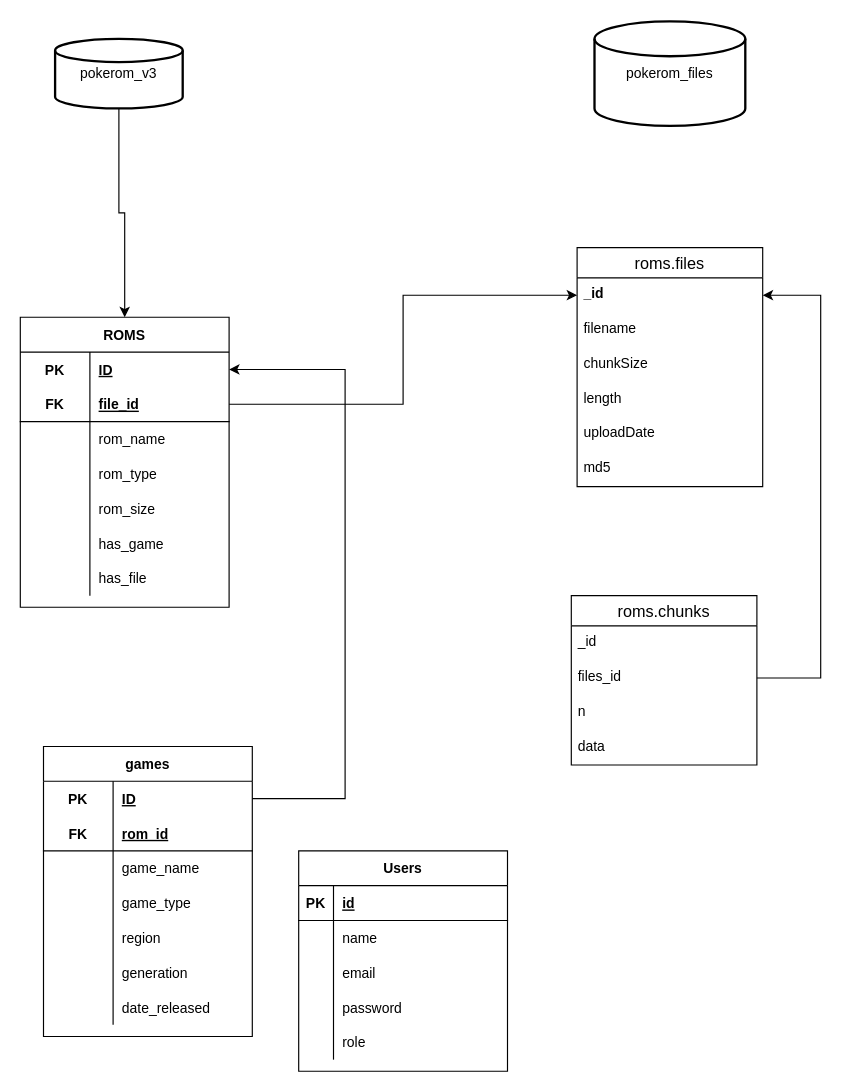
This is page "er schema" (2 of 3) of data/schemas/schema.drawio from bag33188/pokerom_rebirth, a draw.io file, before an edit. Source tidied: cells renumbered, new cells numbered last; positions are measured from the earlier drawing's top-left corner, leaving out a move shared by most shapes. Both pictures are drawn from the tidied source at 116%, with x=0, y=0 at pixel (20, 21).
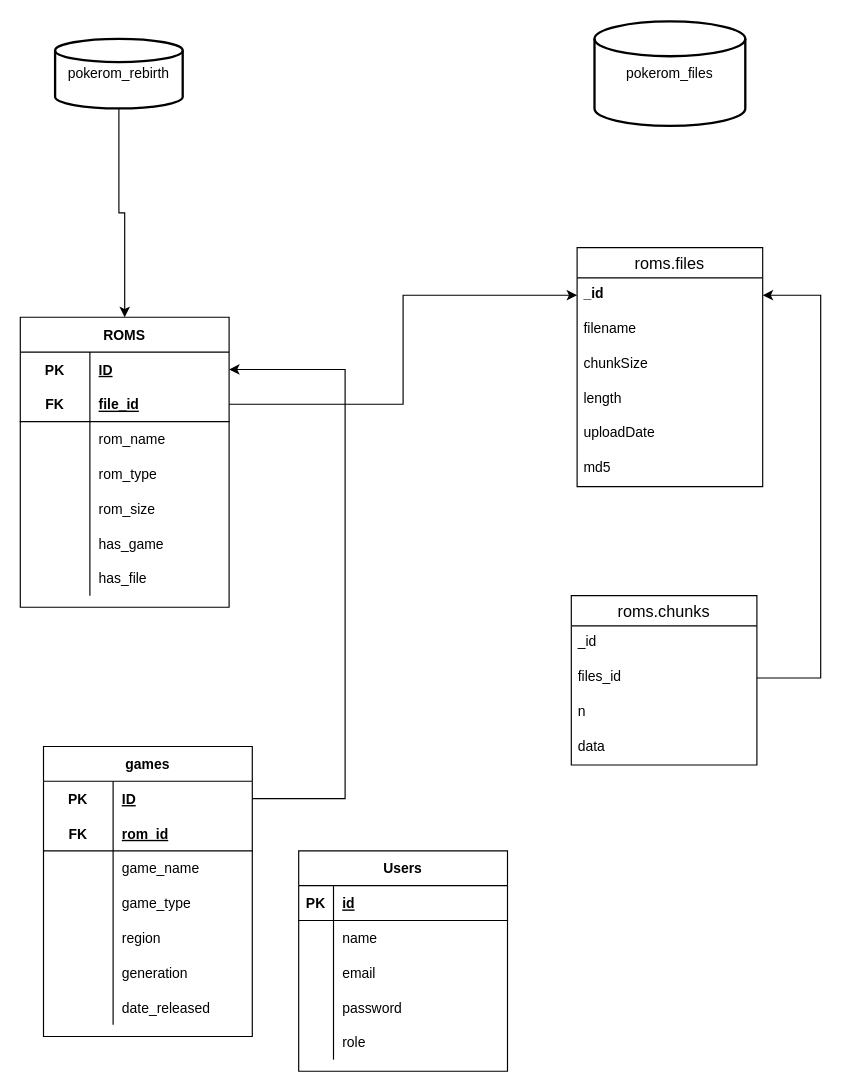
The same diagram, later.

Diff of the diagram source:
```diff
@@
-    <mxCell id="25" value="pokerom_v3" style="strokeWidth=2;html=1;shape=mxgraph.flowchart.database;whiteSpace=wrap;" parent="1" vertex="1">
+    <mxCell id="25" value="pokerom_rebirth" style="strokeWidth=2;html=1;shape=mxgraph.flowchart.database;whiteSpace=wrap;" parent="1" vertex="1">
       <mxGeometry x="30" y="15" width="110" height="60" as="geometry" />
     </mxCell>
```
